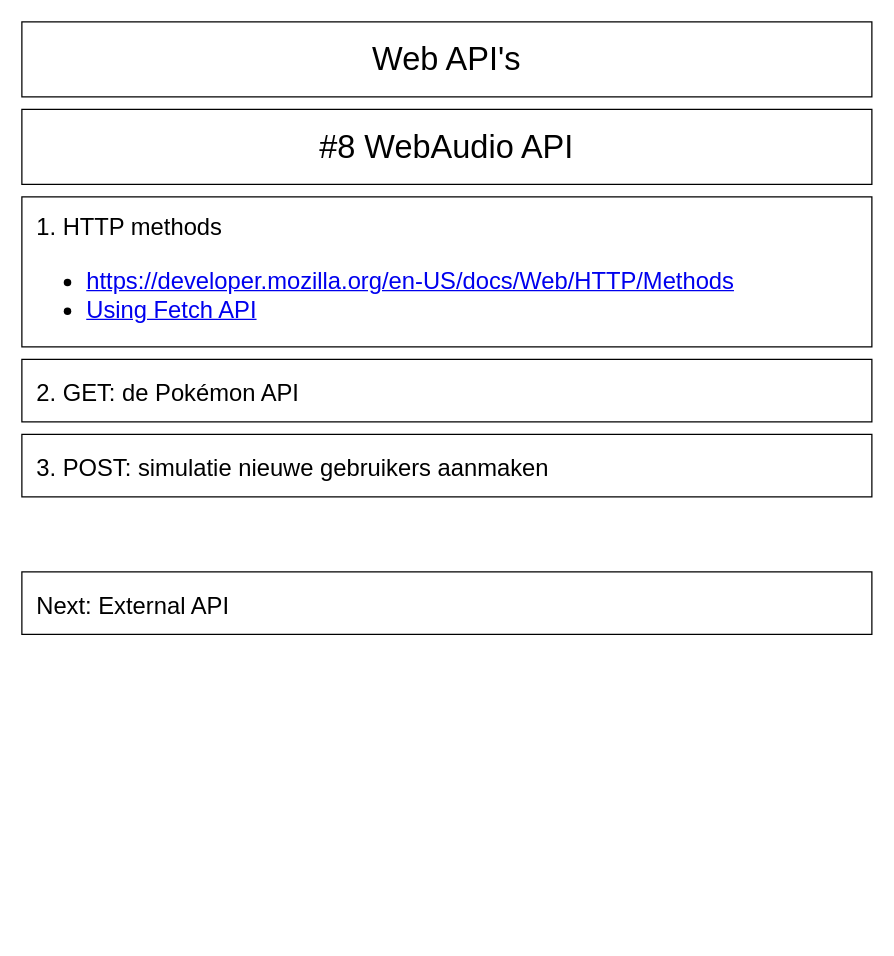
timdpaep/screencast-assets keeps this draw.io diagram as page "Web Audio API" (10 of 11) of schemes/web-apis.drawio. Above is the earlier version. Source tidied: cells renumbered, new cells numbered last; positions are measured from the earlier drawing's top-left corner, leaving out a move shared by most shapes. Both pictures are drawn from the tidied source at 125%, with x=0, y=0 at pixel (21, 21).
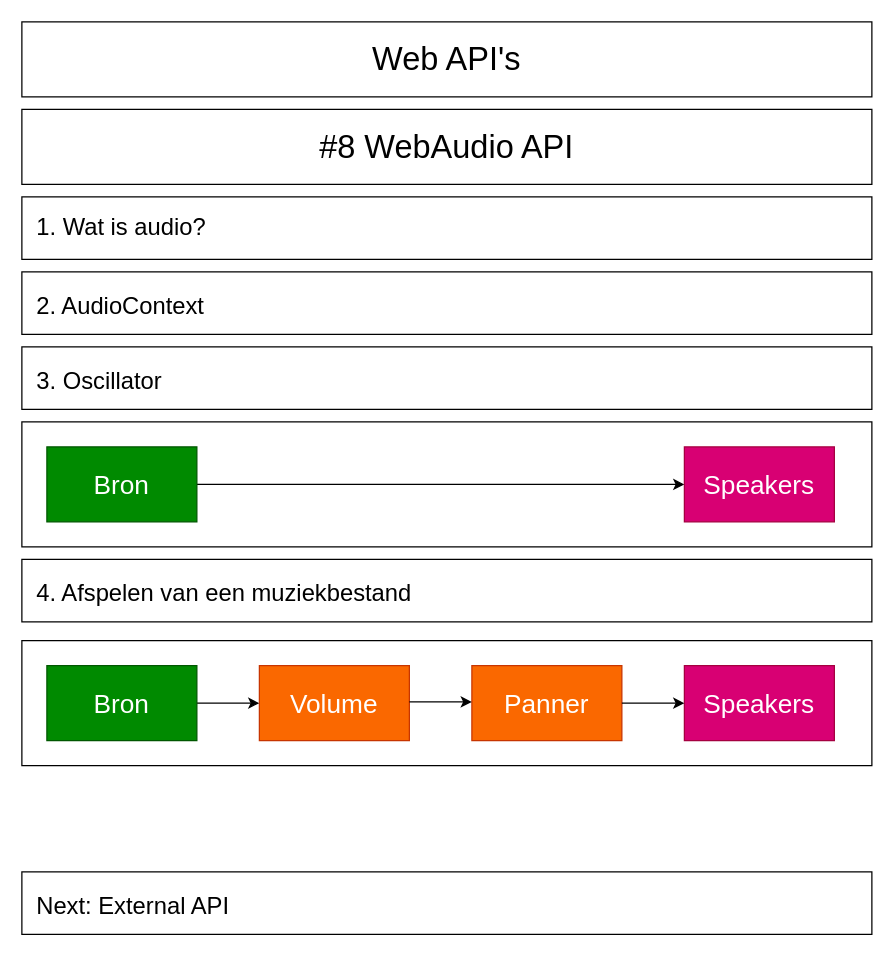
The same diagram, later.

Change to the diagram source:
```diff
@@
-    <mxCell id="3" value="&lt;font style=&quot;font-size: 19px&quot;&gt;&lt;span style=&quot;font-size: 19px&quot;&gt;1. HTTP methods&lt;/span&gt;&lt;br&gt;&lt;ul&gt;&lt;li&gt;&lt;font&gt;&lt;span style=&quot;font-size: 19px&quot;&gt;&lt;a href=&quot;https://developer.mozilla.org/en-US/docs/Web/HTTP/Methods&quot;&gt;https://developer.mozilla.org/en-US/docs/Web/HTTP/Methods&lt;/a&gt;&lt;/span&gt;&lt;/font&gt;&lt;/li&gt;&lt;li&gt;&lt;font style=&quot;font-size: 19px&quot;&gt;&lt;font style=&quot;font-size: 19px&quot;&gt;&lt;a href=&quot;https://developer.mozilla.org/en-US/docs/Web/API/Fetch_API/Using_Fetch&quot;&gt;Using Fetch API&lt;/a&gt;&lt;/font&gt;&lt;/font&gt;&lt;/li&gt;&lt;/ul&gt;&lt;br&gt;&lt;/font&gt;" style="rounded=0;whiteSpace=wrap;html=1;fontSize=26;align=left;spacingLeft=10;verticalAlign=top;" parent="1" vertex="1">
-      <mxGeometry y="140" width="680" height="120" as="geometry" />
+    <mxCell id="3" value="&lt;font style=&quot;font-size: 19px&quot;&gt;&lt;span style=&quot;font-size: 19px&quot;&gt;1. Wat is audio?&lt;/span&gt;&lt;br&gt;&lt;/font&gt;" style="rounded=0;whiteSpace=wrap;html=1;fontSize=26;align=left;spacingLeft=10;verticalAlign=top;" parent="1" vertex="1">
+      <mxGeometry y="140" width="680" height="50" as="geometry" />
     </mxCell>
@@
-    <mxCell id="5" value="&lt;font style=&quot;font-size: 19px&quot;&gt;2. GET: de Pokémon API&lt;br&gt;&lt;/font&gt;" style="rounded=0;whiteSpace=wrap;html=1;fontSize=26;align=left;spacingLeft=10;" parent="1" vertex="1">
-      <mxGeometry y="270" width="680" height="50" as="geometry" />
+    <mxCell id="5" value="&lt;font style=&quot;font-size: 19px&quot;&gt;2. AudioContext&lt;br&gt;&lt;/font&gt;" style="rounded=0;whiteSpace=wrap;html=1;fontSize=26;align=left;spacingLeft=10;" parent="1" vertex="1">
+      <mxGeometry y="200" width="680" height="50" as="geometry" />
     </mxCell>
     <mxCell id="6" value="&lt;font style=&quot;font-size: 19px&quot;&gt;Next: External API&amp;nbsp;&lt;br&gt;&lt;/font&gt;" style="rounded=0;whiteSpace=wrap;html=1;fontSize=26;align=left;spacingLeft=10;" parent="1" vertex="1">
-      <mxGeometry y="440" width="680" height="50" as="geometry" />
+      <mxGeometry y="680" width="680" height="50" as="geometry" />
     </mxCell>
-    <mxCell id="7" value="&lt;font style=&quot;font-size: 19px&quot;&gt;3. POST: simulatie nieuwe gebruikers aanmaken&amp;nbsp;&lt;br&gt;&lt;/font&gt;" style="rounded=0;whiteSpace=wrap;html=1;fontSize=26;align=left;spacingLeft=10;" parent="1" vertex="1">
-      <mxGeometry y="330" width="680" height="50" as="geometry" />
+    <mxCell id="7" value="&lt;font style=&quot;font-size: 19px&quot;&gt;3. Oscillator&lt;br&gt;&lt;/font&gt;" style="rounded=0;whiteSpace=wrap;html=1;fontSize=26;align=left;spacingLeft=10;" parent="1" vertex="1">
+      <mxGeometry y="260" width="680" height="50" as="geometry" />
     </mxCell>
+    <mxCell id="8" value="&lt;font style=&quot;font-size: 19px&quot;&gt;4. Afspelen van een muziekbestand&lt;br&gt;&lt;/font&gt;" style="rounded=0;whiteSpace=wrap;html=1;fontSize=26;align=left;spacingLeft=10;" parent="1" vertex="1">
+      <mxGeometry y="430" width="680" height="50" as="geometry" />
+    </mxCell>
+    <mxCell id="9" value="&lt;font style=&quot;font-size: 19px&quot;&gt;&lt;br&gt;&lt;/font&gt;" style="rounded=0;whiteSpace=wrap;html=1;fontSize=26;align=left;spacingLeft=10;" parent="1" vertex="1">
+      <mxGeometry y="320" width="680" height="100" as="geometry" />
+    </mxCell>
+    <mxCell id="10" style="edgeStyle=orthogonalEdgeStyle;rounded=0;jettySize=auto;html=1;exitX=1;exitY=0.5;exitDx=0;exitDy=0;fontSize=21;" parent="1" edge="1" source="11" target="12">
+      <mxGeometry relative="1" as="geometry" />
+    </mxCell>
+    <mxCell id="11" value="Bron" style="rounded=0;whiteSpace=wrap;html=1;fontSize=21;fillColor=#008a00;strokeColor=#005700;fontColor=#ffffff;" parent="1" vertex="1">
+      <mxGeometry x="20" y="340" width="120" height="60" as="geometry" />
+    </mxCell>
+    <mxCell id="12" value="Speakers" style="rounded=0;whiteSpace=wrap;html=1;fontSize=21;fillColor=#d80073;strokeColor=#A50040;fontColor=#ffffff;" parent="1" vertex="1">
+      <mxGeometry x="530" y="340" width="120" height="60" as="geometry" />
+    </mxCell>
+    <mxCell id="13" value="&lt;font style=&quot;font-size: 19px&quot;&gt;&lt;br&gt;&lt;/font&gt;" style="rounded=0;whiteSpace=wrap;html=1;fontSize=26;align=left;spacingLeft=10;" parent="1" vertex="1">
+      <mxGeometry y="495" width="680" height="100" as="geometry" />
+    </mxCell>
+    <mxCell id="14" style="edgeStyle=orthogonalEdgeStyle;rounded=0;jettySize=auto;html=1;exitX=1;exitY=0.5;exitDx=0;exitDy=0;fontSize=21;" parent="1" edge="1" source="15">
+      <mxGeometry relative="1" as="geometry">
+        <mxPoint x="190" y="545" as="targetPoint" />
+      </mxGeometry>
+    </mxCell>
+    <mxCell id="15" value="Bron" style="rounded=0;whiteSpace=wrap;html=1;fontSize=21;fillColor=#008a00;strokeColor=#005700;fontColor=#ffffff;" parent="1" vertex="1">
+      <mxGeometry x="20" y="515" width="120" height="60" as="geometry" />
+    </mxCell>
+    <mxCell id="16" value="Speakers" style="rounded=0;whiteSpace=wrap;html=1;fontSize=21;fillColor=#d80073;strokeColor=#A50040;fontColor=#ffffff;" parent="1" vertex="1">
+      <mxGeometry x="530" y="515" width="120" height="60" as="geometry" />
+    </mxCell>
+    <mxCell id="17" value="Volume" style="rounded=0;whiteSpace=wrap;html=1;fontSize=21;fillColor=#fa6800;strokeColor=#C73500;fontColor=#ffffff;" parent="1" vertex="1">
+      <mxGeometry x="190" y="515" width="120" height="60" as="geometry" />
+    </mxCell>
+    <mxCell id="18" value="Panner" style="rounded=0;whiteSpace=wrap;html=1;fontSize=21;fillColor=#fa6800;strokeColor=#C73500;fontColor=#ffffff;" parent="1" vertex="1">
+      <mxGeometry x="360" y="515" width="120" height="60" as="geometry" />
+    </mxCell>
+    <mxCell id="19" style="edgeStyle=orthogonalEdgeStyle;rounded=0;orthogonalLoop=1;jettySize=auto;html=1;exitX=1;exitY=0.5;exitDx=0;exitDy=0;fontSize=21;" parent="1" edge="1">
+      <mxGeometry relative="1" as="geometry">
+        <mxPoint x="310" y="544" as="sourcePoint" />
+        <mxPoint x="360" y="544" as="targetPoint" />
+      </mxGeometry>
+    </mxCell>
+    <mxCell id="20" style="edgeStyle=orthogonalEdgeStyle;rounded=0;orthogonalLoop=1;jettySize=auto;html=1;exitX=1;exitY=0.5;exitDx=0;exitDy=0;fontSize=21;" parent="1" edge="1">
+      <mxGeometry relative="1" as="geometry">
+        <mxPoint x="480" y="545" as="sourcePoint" />
+        <mxPoint x="530" y="545" as="targetPoint" />
+      </mxGeometry>
+    </mxCell>
```
